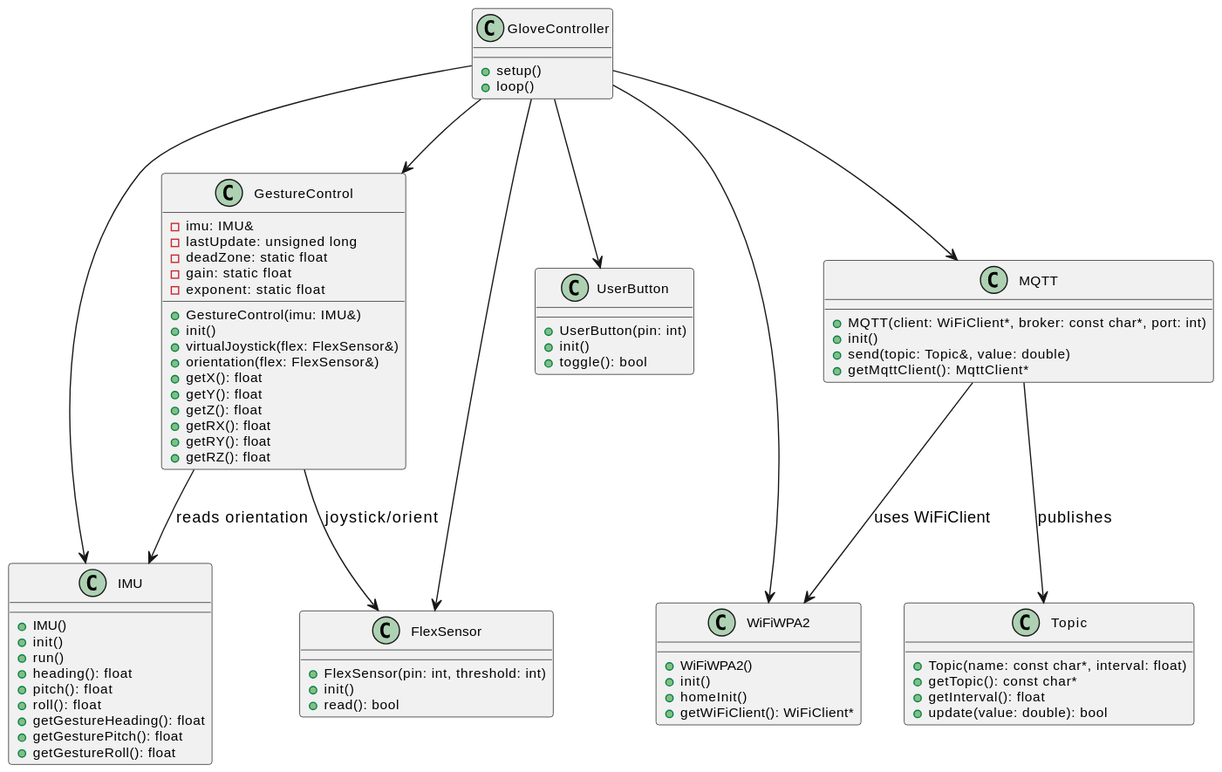
JohanMidthaug/Glove_Control_JetRacer keeps this PlantUML diagram as data/umlClassDiagram.svg. Above is the earlier version.
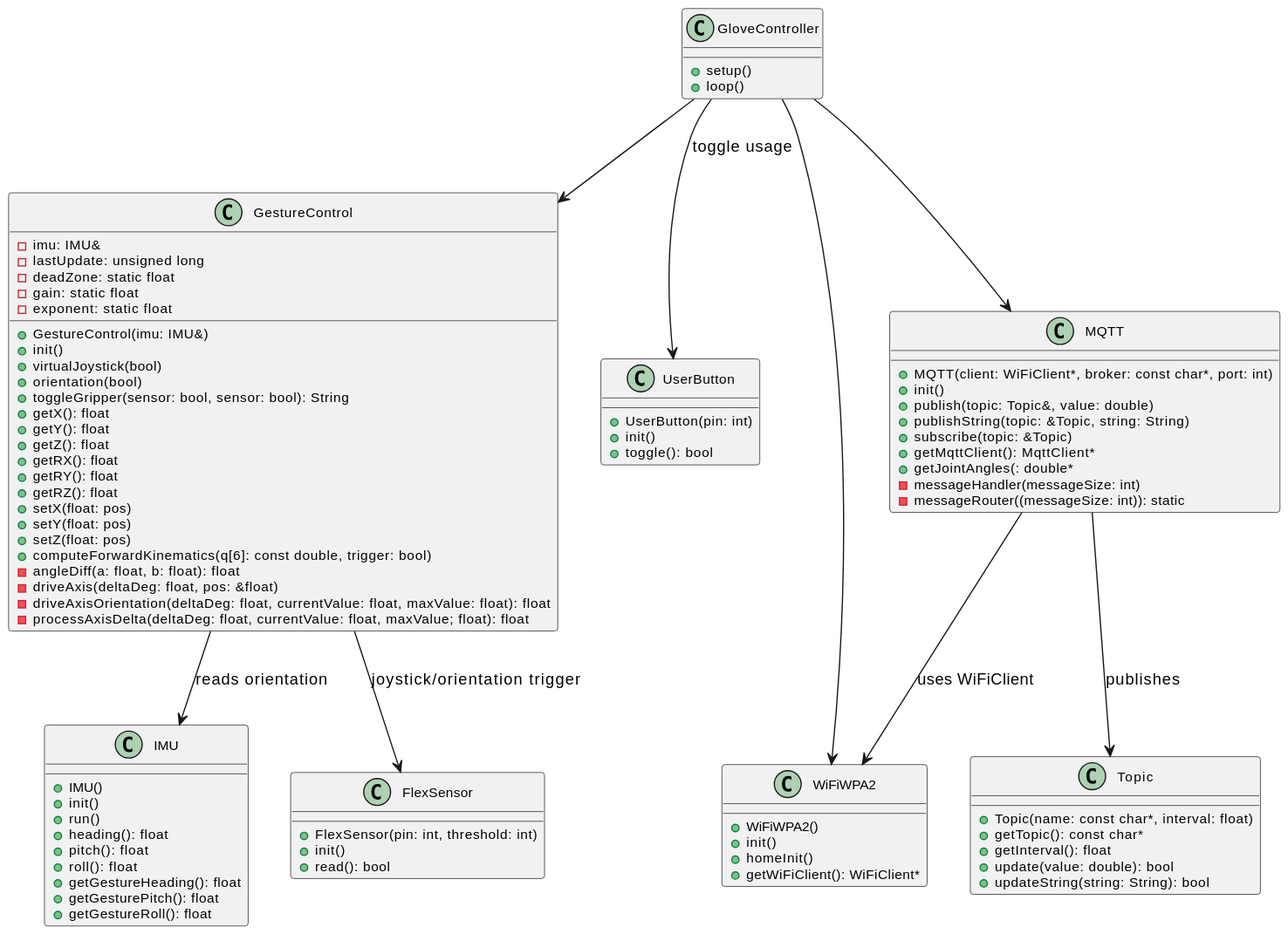
After the commit.

Commit message:
Final changes: added commenting, updated UML class diagram

The edit, as a diff of the source:
```diff
@@ -4,82 +4,95 @@
 skinparam classMethodFontSize 11
 
 class GloveController {
-  +setup()
-  +loop()
+    +setup()
+    +loop()
 }
 
 class GestureControl {
     +GestureControl(imu: IMU&)
-  +init()
-  +virtualJoystick(flex: FlexSensor&)
-  +orientation(flex: FlexSensor&)
-  +getX(): float
-  +getY(): float
-  +getZ(): float
-  +getRX(): float
-  +getRY(): float
-  +getRZ(): float
-  -imu: IMU&
-  -lastUpdate: unsigned long
-  -deadZone: static float
-  -gain: static float
-  -exponent: static float
+    +init()
+    +virtualJoystick(bool)
+    +orientation(bool)
+    +toggleGripper(sensor: bool, sensor: bool): String
+    +getX(): float
+    +getY(): float
+    +getZ(): float
+    +getRX(): float
+    +getRY(): float
+    +getRZ(): float
+    +setX(float: pos)
+    +setY(float: pos)
+    +setZ(float: pos)
+    +computeForwardKinematics(q[6]: const double, trigger: bool)
+    -imu: IMU&
+    -lastUpdate: unsigned long
+    -deadZone: static float
+    -gain: static float
+    -exponent: static float
+    -angleDiff(a: float, b: float): float
+    -driveAxis(deltaDeg: float, pos: &float)
+    -driveAxisOrientation(deltaDeg: float, currentValue: float, maxValue: float): float
+    -processAxisDelta(deltaDeg: float, currentValue: float, maxValue; float): float
 }
 
 class IMU {
-  +IMU()
-  +init()
-  +run()
-  +heading(): float
-  +pitch(): float
-  +roll(): float
-  +getGestureHeading(): float
-  +getGesturePitch(): float
-  +getGestureRoll(): float
+    +IMU()
+    +init()
+    +run()
+    +heading(): float
+    +pitch(): float
+    +roll(): float
+    +getGestureHeading(): float
+    +getGesturePitch(): float
+    +getGestureRoll(): float
 }
 
 class FlexSensor {
-  +FlexSensor(pin: int, threshold: int)
-  +init()
-  +read(): bool
+    +FlexSensor(pin: int, threshold: int)
+    +init()
+    +read(): bool
 }
 
 class UserButton {
-  +UserButton(pin: int)
-  +init()
-  +toggle(): bool
-}
+    +UserButton(pin: int)
+    +init()
+    +toggle(): bool
+    }
 
 class WiFiWPA2 {
-  +WiFiWPA2()
-  +init()
-  +homeInit()
-  +getWiFiClient(): WiFiClient*
+    +WiFiWPA2()
+    +init()
+    +homeInit()
+    +getWiFiClient(): WiFiClient*
 }
 
 class MQTT {
-  +MQTT(client: WiFiClient*, broker: const char*, port: int)
-  +init()
-  +send(topic: Topic&, value: double)
-  +getMqttClient(): MqttClient*
+    +MQTT(client: WiFiClient*, broker: const char*, port: int)
+    +init()
+    +publish(topic: Topic&, value: double)
+    +publishString(topic: &Topic, string: String)
+    +subscribe(topic: &Topic)
+    +getMqttClient(): MqttClient*
+    +getJointAngles(: double*
+    -messageHandler(messageSize: int)
+    -messageRouter((messageSize: int)): static
 }
 
 class Topic {
-  +Topic(name: const char*, interval: float)
-  +getTopic(): const char*
-  +getInterval(): float
-  +update(value: double): bool
+    +Topic(name: const char*, interval: float)
+    +getTopic(): const char*
+    +getInterval(): float
+    +update(value: double): bool
+    +updateString(string: String): bool
 }
 
 GloveController --> GestureControl
-GloveController --> IMU
-GloveController --> FlexSensor
-GloveController --> UserButton
+GloveController --> UserButton : toggle usage
 GloveController --> MQTT
 GloveController --> WiFiWPA2
 
 GestureControl --> IMU : reads orientation
-GestureControl --> FlexSensor : joystick/orient
+GestureControl --> FlexSensor : joystick/orientation trigger
 
 MQTT --> Topic : publishes
 MQTT --> WiFiWPA2 : uses WiFiClient
```
